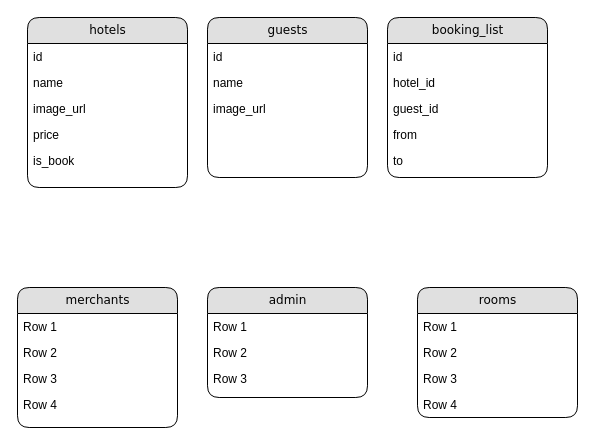
CodeForGhost/hostel_booking keeps this draw.io diagram as Untitled Diagram.drawio. Above is the earlier version. Source tidied: cells renumbered, new cells numbered last; positions are measured from the earlier drawing's top-left corner, leaving out a move shared by most shapes. Both pictures are drawn from the tidied source at 100%, with x=0, y=0 at pixel (17, 17).
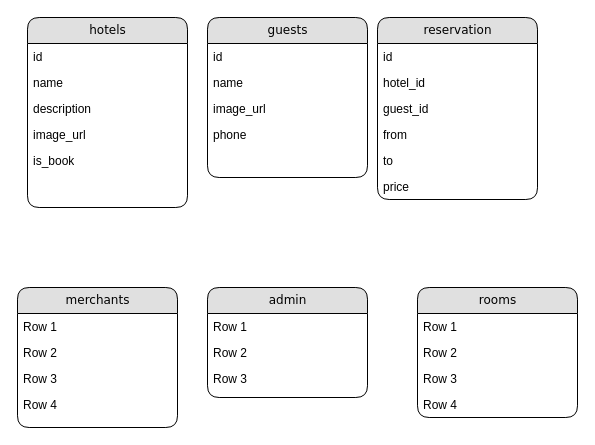
After the change.

The change refers to these unchanged cells:
```xml
<mxCell id="22" value="guests" style="swimlane;html=1;fontStyle=0;horizontal=1;startSize=26;fillColor=#e0e0e0;swimlaneFillColor=#ffffff;align=center;rounded=1;shadow=0;comic=0;labelBackgroundColor=none;strokeWidth=1;fontFamily=Verdana;fontSize=12;" parent="1" vertex="1">
  <mxGeometry x="190" width="160" height="160" as="geometry" />
</mxCell>
```

Diff of the diagram source:
```diff
@@
     <mxCell id="2" value="hotels" style="swimlane;html=1;fontStyle=0;horizontal=1;startSize=26;fillColor=#e0e0e0;swimlaneFillColor=#ffffff;align=center;rounded=1;shadow=0;comic=0;labelBackgroundColor=none;strokeWidth=1;fontFamily=Verdana;fontSize=12;" parent="1" vertex="1">
-      <mxGeometry x="10" width="160" height="170" as="geometry" />
+      <mxGeometry x="10" width="160" height="190" as="geometry" />
     </mxCell>
@@
+    <mxCell id="7" value="description" style="text;html=1;strokeColor=none;fillColor=none;spacingLeft=4;spacingRight=4;whiteSpace=wrap;overflow=hidden;" parent="2" vertex="1">
+      <mxGeometry y="78" width="160" height="26" as="geometry" />
+    </mxCell>
     <mxCell id="5" value="image_url" style="text;html=1;strokeColor=none;fillColor=none;spacingLeft=4;spacingRight=4;whiteSpace=wrap;overflow=hidden;" parent="2" vertex="1">
-      <mxGeometry y="78" width="160" height="26" as="geometry" />
+      <mxGeometry y="104" width="160" height="26" as="geometry" />
     </mxCell>
-    <mxCell id="6" value="price" style="text;html=1;strokeColor=none;fillColor=none;spacingLeft=4;spacingRight=4;whiteSpace=wrap;overflow=hidden;" parent="2" vertex="1">
-      <mxGeometry y="104" width="160" height="26" as="geometry" />
-    </mxCell>
-    <mxCell id="7" value="is_book" style="text;html=1;strokeColor=none;fillColor=none;spacingLeft=4;spacingRight=4;whiteSpace=wrap;overflow=hidden;" parent="2" vertex="1">
-      <mxGeometry y="130" width="160" height="26" as="geometry" />
-    </mxCell>
+    <mxCell id="32" value="is_book" style="text;html=1;strokeColor=none;fillColor=none;spacingLeft=4;spacingRight=4;whiteSpace=wrap;overflow=hidden;" parent="2" vertex="1">
+      <mxGeometry y="130" width="160" height="26" as="geometry" />
+    </mxCell>
@@
+    <mxCell id="33" value="phone" style="text;html=1;strokeColor=none;fillColor=none;spacingLeft=4;spacingRight=4;whiteSpace=wrap;overflow=hidden;" parent="22" vertex="1">
+      <mxGeometry y="104" width="160" height="26" as="geometry" />
+    </mxCell>
-    <mxCell id="26" value="booking_list" style="swimlane;html=1;fontStyle=0;horizontal=1;startSize=26;fillColor=#e0e0e0;swimlaneFillColor=#ffffff;align=center;rounded=1;shadow=0;comic=0;labelBackgroundColor=none;strokeWidth=1;fontFamily=Verdana;fontSize=12;" parent="1" vertex="1">
-      <mxGeometry x="370" width="160" height="160" as="geometry" />
+    <mxCell id="26" value="reservation" style="swimlane;html=1;fontStyle=0;horizontal=1;startSize=26;fillColor=#e0e0e0;swimlaneFillColor=#ffffff;align=center;rounded=1;shadow=0;comic=0;labelBackgroundColor=none;strokeWidth=1;fontFamily=Verdana;fontSize=12;" parent="1" vertex="1">
+      <mxGeometry x="360" width="160" height="182" as="geometry" />
     </mxCell>
@@
+    <mxCell id="6" value="price" style="text;html=1;strokeColor=none;fillColor=none;spacingLeft=4;spacingRight=4;whiteSpace=wrap;overflow=hidden;" parent="26" vertex="1">
+      <mxGeometry y="156" width="160" height="26" as="geometry" />
+    </mxCell>
```
